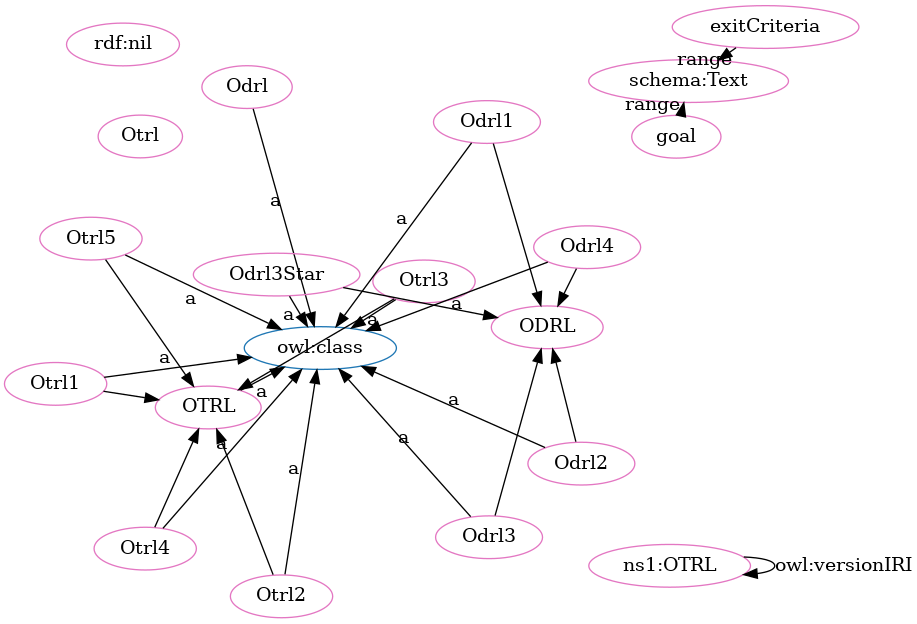
This is OTRL-clean.png from OPEN-NEXT/OKH-LOSH, a Graphviz export, as it was before one commit. Its source is kept beside it as OTRL-clean.dot.
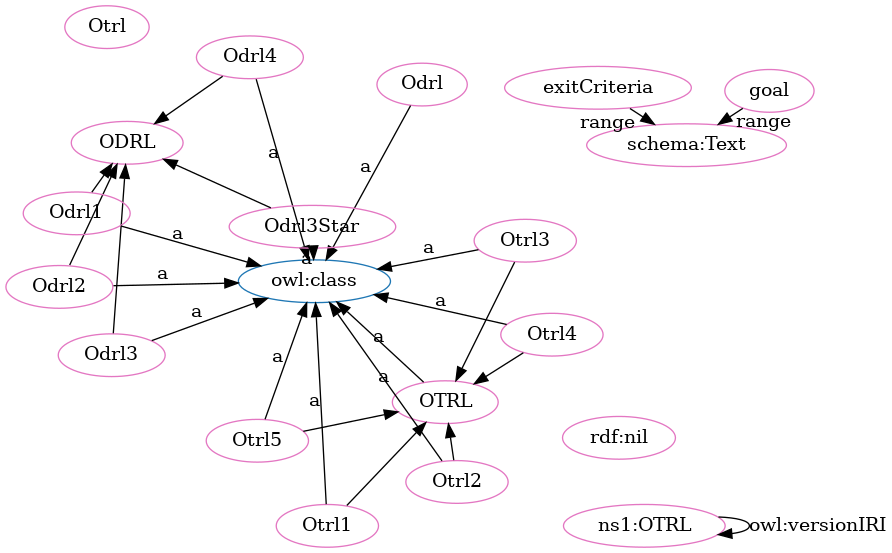
The same diagram one commit later.

Diff of the diagram source:
```diff
@@ -1,51 +1,51 @@
 digraph G {
   rankdir=BT
   node[height=.3]
-"http://purl.org/oseg/ontologies/OTRL#OTRL" [fillcolor="#1f77b4" color="#1f77b4" label="OTRL"]
 "http://www.w3.org/2002/07/owl#class" [fillcolor="#1f77b4" color="#1f77b4" label="owl:class"]
 "http://purl.org/oseg/ontologies/OTRL#ODRL" [fillcolor="#1f77b4" color="#1f77b4" label="ODRL"]
+"http://purl.org/oseg/ontologies/OTRL#OTRL" [fillcolor="#1f77b4" color="#1f77b4" label="OTRL"]
+"http://purl.org/oseg/ontologies/OTRL#exitCriteria" [fillcolor="#e377c2" color="#e377c2" label="exitCriteria"]
+"http://purl.org/oseg/ontologies/OTRL#Odrl4" [fillcolor="#e377c2" color="#e377c2" label="Odrl4"]
+"http://www.w3.org/1999/02/22-rdf-syntax-ns#nil" [fillcolor="#e377c2" color="#e377c2" label="rdf:nil"]
+"http://purl.org/oseg/ontologies/OTRL#ODRL" [fillcolor="#e377c2" color="#e377c2" label="ODRL"]
+"http://purl.org/oseg/ontologies/OTRL#Otrl" [fillcolor="#e377c2" color="#e377c2" label="Otrl"]
+"http://purl.org/oseg/ontologies/OTRL#Odrl" [fillcolor="#e377c2" color="#e377c2" label="Odrl"]
+"http://purl.org/oseg/ontologies/OTRL#Otrl5" [fillcolor="#e377c2" color="#e377c2" label="Otrl5"]
+"http://purl.org/oseg/ontologies/OTRL#OTRL" [fillcolor="#e377c2" color="#e377c2" label="OTRL"]
+"http://purl.org/oseg/ontologies/OTRL#Odrl2" [fillcolor="#e377c2" color="#e377c2" label="Odrl2"]
+"http://purl.org/oseg/ontologies/OTRL#goal" [fillcolor="#e377c2" color="#e377c2" label="goal"]
+"http://purl.org/oseg/ontologies/OTRL#Otrl2" [fillcolor="#e377c2" color="#e377c2" label="Otrl2"]
 "http://schema.org/Text" [fillcolor="#e377c2" color="#e377c2" label="schema:Text"]
-"http://purl.org/oseg/ontologies/OTRL#OTRL" [fillcolor="#e377c2" color="#e377c2" label="OTRL"]
-"http://purl.org/oseg/ontologies/OTRL#exitCriteria" [fillcolor="#e377c2" color="#e377c2" label="exitCriteria"]
-"http://purl.org/oseg/ontologies/OTRL#Odrl" [fillcolor="#e377c2" color="#e377c2" label="Odrl"]
-"http://purl.org/oseg/ontologies/OTRL#ODRL" [fillcolor="#e377c2" color="#e377c2" label="ODRL"]
+"http://purl.org/oseg/ontologies/OTRL#Otrl1" [fillcolor="#e377c2" color="#e377c2" label="Otrl1"]
+"http://purl.org/oseg/ontologies/OTRL#Odrl3" [fillcolor="#e377c2" color="#e377c2" label="Odrl3"]
 "http://purl.org/oseg/ontologies/OTRL#Otrl3" [fillcolor="#e377c2" color="#e377c2" label="Otrl3"]
+"http://purl.org/oseg/ontologies/OTRL" [fillcolor="#e377c2" color="#e377c2" label="ns1:OTRL"]
+"http://purl.org/oseg/ontologies/OTRL#Odrl1" [fillcolor="#e377c2" color="#e377c2" label="Odrl1"]
+"http://purl.org/oseg/ontologies/OTRL#Otrl4" [fillcolor="#e377c2" color="#e377c2" label="Otrl4"]
 "http://purl.org/oseg/ontologies/OTRL#Odrl3Star" [fillcolor="#e377c2" color="#e377c2" label="Odrl3Star"]
-"http://purl.org/oseg/ontologies/OTRL#Otrl1" [fillcolor="#e377c2" color="#e377c2" label="Otrl1"]
-"http://purl.org/oseg/ontologies/OTRL#Otrl2" [fillcolor="#e377c2" color="#e377c2" label="Otrl2"]
-"http://purl.org/oseg/ontologies/OTRL#Odrl3" [fillcolor="#e377c2" color="#e377c2" label="Odrl3"]
-"http://www.w3.org/1999/02/22-rdf-syntax-ns#nil" [fillcolor="#e377c2" color="#e377c2" label="rdf:nil"]
-"http://purl.org/oseg/ontologies/OTRL#goal" [fillcolor="#e377c2" color="#e377c2" label="goal"]
-"http://purl.org/oseg/ontologies/OTRL#Otrl4" [fillcolor="#e377c2" color="#e377c2" label="Otrl4"]
-"http://purl.org/oseg/ontologies/OTRL#Odrl2" [fillcolor="#e377c2" color="#e377c2" label="Odrl2"]
-"http://purl.org/oseg/ontologies/OTRL#Otrl5" [fillcolor="#e377c2" color="#e377c2" label="Otrl5"]
-"http://purl.org/oseg/ontologies/OTRL" [fillcolor="#e377c2" color="#e377c2" label="ns1:OTRL"]
-"http://purl.org/oseg/ontologies/OTRL#Odrl4" [fillcolor="#e377c2" color="#e377c2" label="Odrl4"]
-"http://purl.org/oseg/ontologies/OTRL#Odrl1" [fillcolor="#e377c2" color="#e377c2" label="Odrl1"]
-"http://purl.org/oseg/ontologies/OTRL#Otrl" [fillcolor="#e377c2" color="#e377c2" label="Otrl"]
+  "http://purl.org/oseg/ontologies/OTRL#Odrl4" -> "http://www.w3.org/2002/07/owl#class" [label="a"]
+  "http://purl.org/oseg/ontologies/OTRL#Odrl2" -> "http://purl.org/oseg/ontologies/OTRL#ODRL" [label=""]
+  "http://purl.org/oseg/ontologies/OTRL#Odrl1" -> "http://purl.org/oseg/ontologies/OTRL#ODRL" [label=""]
+  "http://purl.org/oseg/ontologies/OTRL#Odrl3" -> "http://purl.org/oseg/ontologies/OTRL#ODRL" [label=""]
   "http://purl.org/oseg/ontologies/OTRL#Odrl" -> "http://www.w3.org/2002/07/owl#class" [label="a"]
-  "http://purl.org/oseg/ontologies/OTRL#Otrl3" -> "http://www.w3.org/2002/07/owl#class" [label="a"]
+  "http://purl.org/oseg/ontologies/OTRL#Otrl5" -> "http://purl.org/oseg/ontologies/OTRL#OTRL" [label=""]
+  "http://purl.org/oseg/ontologies/OTRL#Odrl3Star" -> "http://purl.org/oseg/ontologies/OTRL#ODRL" [label=""]
+  "http://purl.org/oseg/ontologies/OTRL#Otrl4" -> "http://purl.org/oseg/ontologies/OTRL#OTRL" [label=""]
+  "http://purl.org/oseg/ontologies/OTRL" -> "http://purl.org/oseg/ontologies/OTRL" [label="owl:versionIRI"]
+  "http://purl.org/oseg/ontologies/OTRL#Otrl3" -> "http://purl.org/oseg/ontologies/OTRL#OTRL" [label=""]
+  "http://purl.org/oseg/ontologies/OTRL#exitCriteria" -> "http://schema.org/Text" [label="range"]
+  "http://purl.org/oseg/ontologies/OTRL#Odrl1" -> "http://www.w3.org/2002/07/owl#class" [label="a"]
+  "http://purl.org/oseg/ontologies/OTRL#Otrl4" -> "http://www.w3.org/2002/07/owl#class" [label="a"]
+  "http://purl.org/oseg/ontologies/OTRL#Odrl4" -> "http://purl.org/oseg/ontologies/OTRL#ODRL" [label=""]
+  "http://purl.org/oseg/ontologies/OTRL#Otrl2" -> "http://purl.org/oseg/ontologies/OTRL#OTRL" [label=""]
   "http://purl.org/oseg/ontologies/OTRL#Odrl3Star" -> "http://www.w3.org/2002/07/owl#class" [label="a"]
-  "http://purl.org/oseg/ontologies/OTRL#Otrl1" -> "http://www.w3.org/2002/07/owl#class" [label="a"]
-  "http://purl.org/oseg/ontologies/OTRL#Otrl2" -> "http://www.w3.org/2002/07/owl#class" [label="a"]
-  "http://purl.org/oseg/ontologies/OTRL#Odrl3Star" -> "http://purl.org/oseg/ontologies/OTRL#ODRL" [label=""]
-  "http://purl.org/oseg/ontologies/OTRL#Odrl3" -> "http://www.w3.org/2002/07/owl#class" [label="a"]
-  "http://purl.org/oseg/ontologies/OTRL#Odrl3" -> "http://purl.org/oseg/ontologies/OTRL#ODRL" [label=""]
   "http://purl.org/oseg/ontologies/OTRL#Otrl5" -> "http://www.w3.org/2002/07/owl#class" [label="a"]
   "http://purl.org/oseg/ontologies/OTRL#OTRL" -> "http://www.w3.org/2002/07/owl#class" [label="a"]
-  "http://purl.org/oseg/ontologies/OTRL#Otrl5" -> "http://purl.org/oseg/ontologies/OTRL#OTRL" [label=""]
-  "http://purl.org/oseg/ontologies/OTRL#Odrl1" -> "http://purl.org/oseg/ontologies/OTRL#ODRL" [label=""]
-  "http://purl.org/oseg/ontologies/OTRL#Otrl2" -> "http://purl.org/oseg/ontologies/OTRL#OTRL" [label=""]
-  "http://purl.org/oseg/ontologies/OTRL#Odrl2" -> "http://purl.org/oseg/ontologies/OTRL#ODRL" [label=""]
-  "http://purl.org/oseg/ontologies/OTRL#exitCriteria" -> "http://schema.org/Text" [label="range"]
-  "http://purl.org/oseg/ontologies/OTRL#Otrl4" -> "http://purl.org/oseg/ontologies/OTRL#OTRL" [label=""]
+  "http://purl.org/oseg/ontologies/OTRL#Odrl2" -> "http://www.w3.org/2002/07/owl#class" [label="a"]
+  "http://purl.org/oseg/ontologies/OTRL#Otrl2" -> "http://www.w3.org/2002/07/owl#class" [label="a"]
   "http://purl.org/oseg/ontologies/OTRL#goal" -> "http://schema.org/Text" [label="range"]
-  "http://purl.org/oseg/ontologies/OTRL#Odrl4" -> "http://purl.org/oseg/ontologies/OTRL#ODRL" [label=""]
-  "http://purl.org/oseg/ontologies/OTRL#Otrl4" -> "http://www.w3.org/2002/07/owl#class" [label="a"]
-  "http://purl.org/oseg/ontologies/OTRL#Odrl2" -> "http://www.w3.org/2002/07/owl#class" [label="a"]
-  "http://purl.org/oseg/ontologies/OTRL#Odrl4" -> "http://www.w3.org/2002/07/owl#class" [label="a"]
-  "http://purl.org/oseg/ontologies/OTRL#Odrl1" -> "http://www.w3.org/2002/07/owl#class" [label="a"]
-  "http://purl.org/oseg/ontologies/OTRL#Otrl3" -> "http://purl.org/oseg/ontologies/OTRL#OTRL" [label=""]
+  "http://purl.org/oseg/ontologies/OTRL#Otrl1" -> "http://www.w3.org/2002/07/owl#class" [label="a"]
+  "http://purl.org/oseg/ontologies/OTRL#Odrl3" -> "http://www.w3.org/2002/07/owl#class" [label="a"]
+  "http://purl.org/oseg/ontologies/OTRL#Otrl3" -> "http://www.w3.org/2002/07/owl#class" [label="a"]
   "http://purl.org/oseg/ontologies/OTRL#Otrl1" -> "http://purl.org/oseg/ontologies/OTRL#OTRL" [label=""]
-  "http://purl.org/oseg/ontologies/OTRL" -> "http://purl.org/oseg/ontologies/OTRL" [label="owl:versionIRI"]
 }
```
